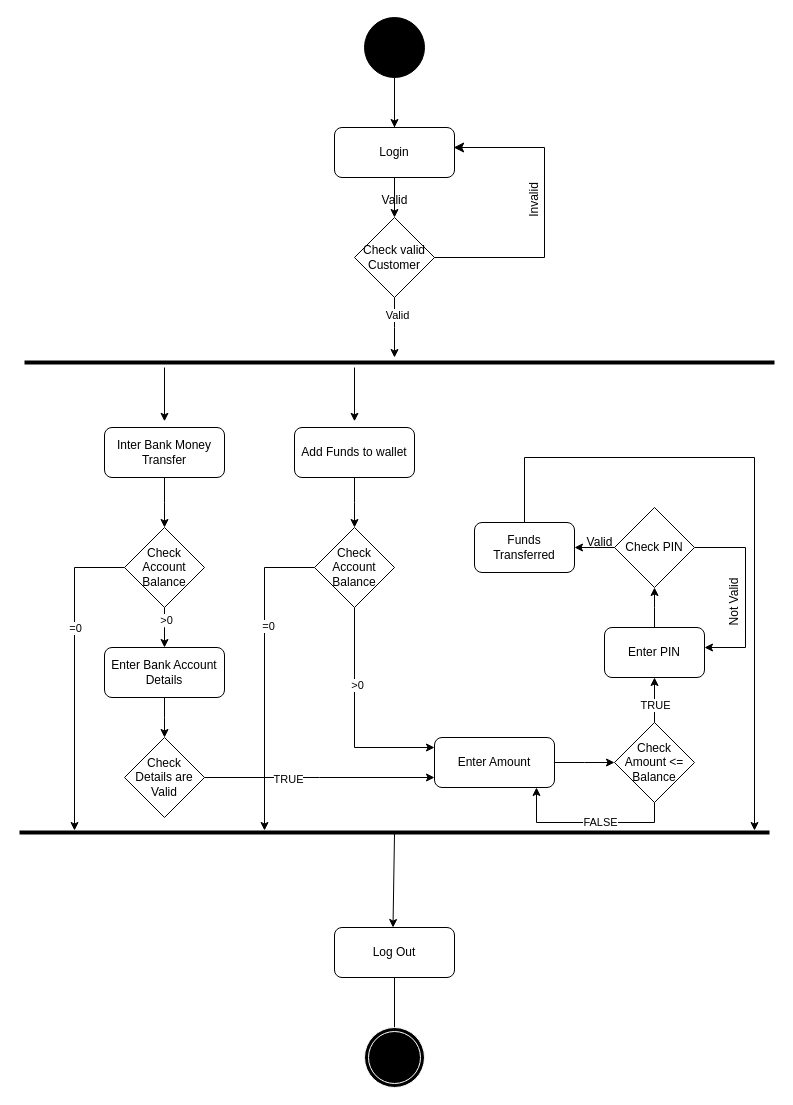
The draw.io diagram Payment-Activity.drawio in aakashpavar87/Project-Third-Year-Futurix-Bank, before the edit. Source tidied: cells renumbered, new cells numbered last; positions are measured from the earlier drawing's top-left corner, leaving out a move shared by most shapes. Both pictures are drawn from the tidied source at 100%, with x=0, y=0 at pixel (19, 17).
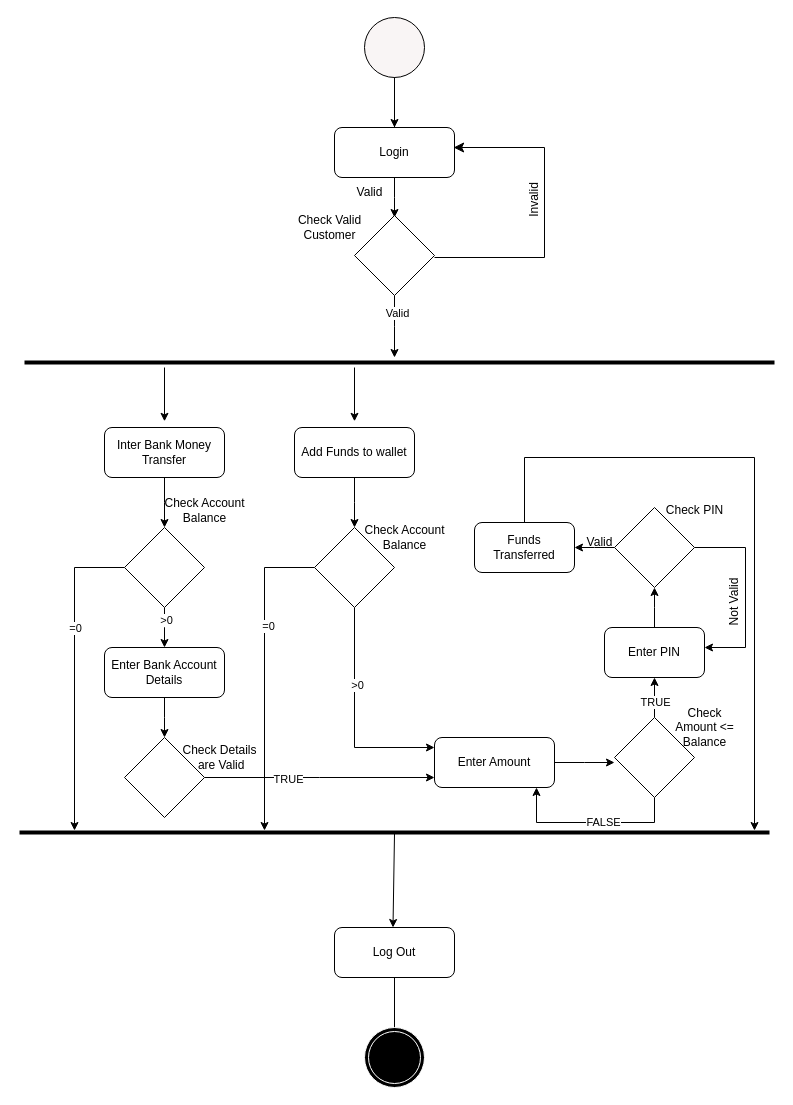
Above is the later version.

Diff of the diagram source:
```diff
@@
-    <mxCell id="13" value="Check Account Balance" style="rhombus;whiteSpace=wrap;html=1;" parent="1" vertex="1">
+    <mxCell id="13" style="rhombus;whiteSpace=wrap;html=1;" parent="1" vertex="1">
       <mxGeometry x="105" y="510" width="80" height="80" as="geometry" />
     </mxCell>
@@
-    <mxCell id="18" value="Check Account Balance" style="rhombus;whiteSpace=wrap;html=1;" parent="1" vertex="1">
+    <mxCell id="18" style="rhombus;whiteSpace=wrap;html=1;" parent="1" vertex="1">
       <mxGeometry x="295" y="510" width="80" height="80" as="geometry" />
     </mxCell>
@@
-    <mxCell id="23" value="Check &lt;br&gt;Details are Valid" style="rhombus;whiteSpace=wrap;html=1;" parent="1" vertex="1">
+    <mxCell id="23" style="rhombus;whiteSpace=wrap;html=1;" parent="1" vertex="1">
       <mxGeometry x="105" y="720" width="80" height="80" as="geometry" />
     </mxCell>
@@
-    <mxCell id="30" value="Check Amount &amp;lt;= Balance" style="rhombus;whiteSpace=wrap;html=1;" parent="1" vertex="1">
-      <mxGeometry x="595" y="705" width="80" height="80" as="geometry" />
+    <mxCell id="30" style="rhombus;whiteSpace=wrap;html=1;" parent="1" vertex="1">
+      <mxGeometry x="595" y="700" width="80" height="80" as="geometry" />
     </mxCell>
@@
-    <mxCell id="35" value="Check PIN" style="rhombus;whiteSpace=wrap;html=1;" parent="1" vertex="1">
+    <mxCell id="35" style="rhombus;whiteSpace=wrap;html=1;" parent="1" vertex="1">
       <mxGeometry x="595" y="490" width="80" height="80" as="geometry" />
     </mxCell>
@@
     <mxCell id="46" value="Valid" style="text;html=1;align=center;verticalAlign=middle;strokeColor=none;fillColor=none;" parent="1" vertex="1">
-      <mxGeometry x="350" y="168" width="50" height="30" as="geometry" />
+      <mxGeometry x="325" y="160" width="50" height="30" as="geometry" />
     </mxCell>
-    <mxCell id="47" style="ellipse;whiteSpace=wrap;html=1;fillColor=#000000;" parent="1" vertex="1">
+    <mxCell id="47" style="ellipse;whiteSpace=wrap;html=1;fillColor=#f9f5f5;" parent="1" vertex="1">
       <mxGeometry x="345" width="60" height="60" as="geometry" />
     </mxCell>
@@
-    <mxCell id="52" value="Check valid Customer" style="rhombus;whiteSpace=wrap;html=1;" parent="1" vertex="1">
-      <mxGeometry x="335" y="200" width="80" height="80" as="geometry" />
+    <mxCell id="52" style="rhombus;whiteSpace=wrap;html=1;" parent="1" vertex="1">
+      <mxGeometry x="335" y="198" width="80" height="80" as="geometry" />
     </mxCell>
@@
+    <mxCell id="56" value="Check Valid &lt;br&gt;Customer" style="text;html=1;align=center;verticalAlign=middle;strokeColor=none;fillColor=none;" parent="1" vertex="1">
+      <mxGeometry x="265" y="190" width="90" height="40" as="geometry" />
+    </mxCell>
+    <mxCell id="57" value="Check Account &lt;br&gt;Balance" style="text;html=1;align=center;verticalAlign=middle;strokeColor=none;fillColor=none;" parent="1" vertex="1">
+      <mxGeometry x="135" y="473" width="100" height="40" as="geometry" />
+    </mxCell>
+    <mxCell id="58" value="Check Account &lt;br&gt;Balance" style="text;html=1;align=center;verticalAlign=middle;strokeColor=none;fillColor=none;" parent="1" vertex="1">
+      <mxGeometry x="335" y="500" width="100" height="40" as="geometry" />
+    </mxCell>
+    <mxCell id="59" value="Check&amp;nbsp;&lt;span style=&quot;&quot;&gt;Details&lt;br&gt;&amp;nbsp;are Valid&lt;/span&gt;" style="text;html=1;align=center;verticalAlign=middle;strokeColor=none;fillColor=none;" parent="1" vertex="1">
+      <mxGeometry x="150" y="720" width="100" height="40" as="geometry" />
+    </mxCell>
+    <mxCell id="60" value="Check PIN" style="text;html=1;align=center;verticalAlign=middle;strokeColor=none;fillColor=none;" parent="1" vertex="1">
+      <mxGeometry x="635" y="478" width="80" height="30" as="geometry" />
+    </mxCell>
+    <mxCell id="61" value="Check &lt;br&gt;Amount &amp;lt;= &lt;br&gt;Balance" style="text;html=1;align=center;verticalAlign=middle;strokeColor=none;fillColor=none;" parent="1" vertex="1">
+      <mxGeometry x="645" y="680" width="80" height="60" as="geometry" />
+    </mxCell>
```
